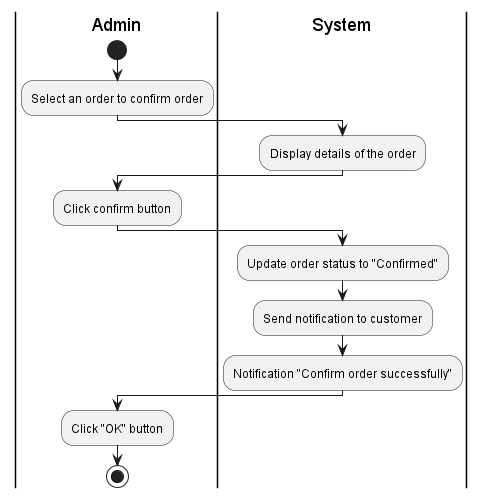
tuankietcoderr/SE357-Practice-class keeps this PlantUML diagram as Lab1/Lab1.2/Activity/img/Confirm order.png. Above is the earlier version.
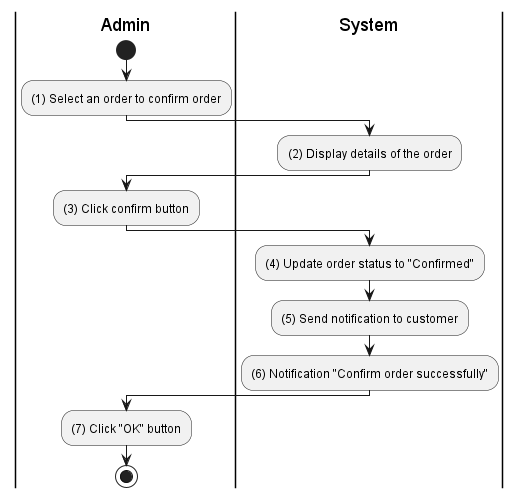
After the commit.

Change to the diagram source:
```diff
@@ -1,16 +1,16 @@
 @startuml Confirm order
 |Admin|
 start
-:Select an order to confirm order;
+:(1) Select an order to confirm order;
 |System|
-:Display details of the order;
+:(2) Display details of the order;
 |Admin|
-:Click confirm button;
+:(3) Click confirm button;
 |System|
-:Update order status to "Confirmed";
-:Send notification to customer;
-:Notification "Confirm order successfully";
+:(4) Update order status to "Confirmed";
+:(5) Send notification to customer;
+:(6) Notification "Confirm order successfully";
 |Admin|
-:Click "OK" button;
+:(7) Click "OK" button;
 stop
 @enduml
```
